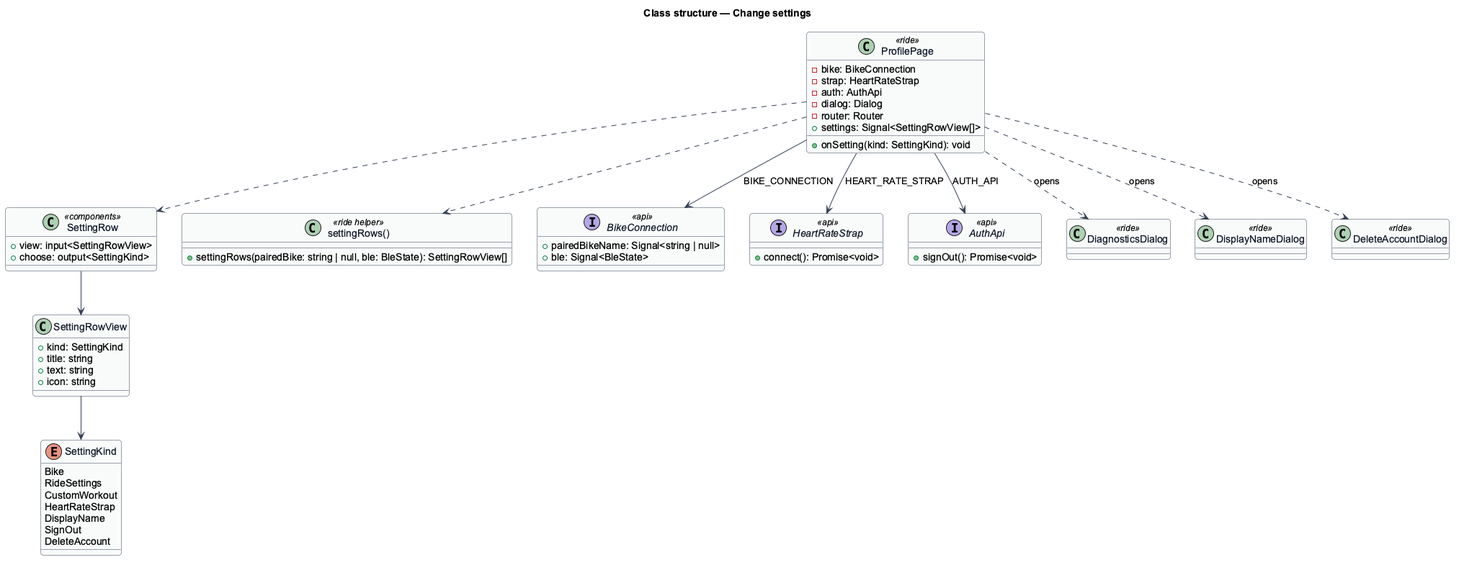
QuinntyneBrown/ride-one keeps this PlantUML diagram as docs/detailed-designs/profile/change-settings/diagrams/class-structure.png. Above is the earlier version.
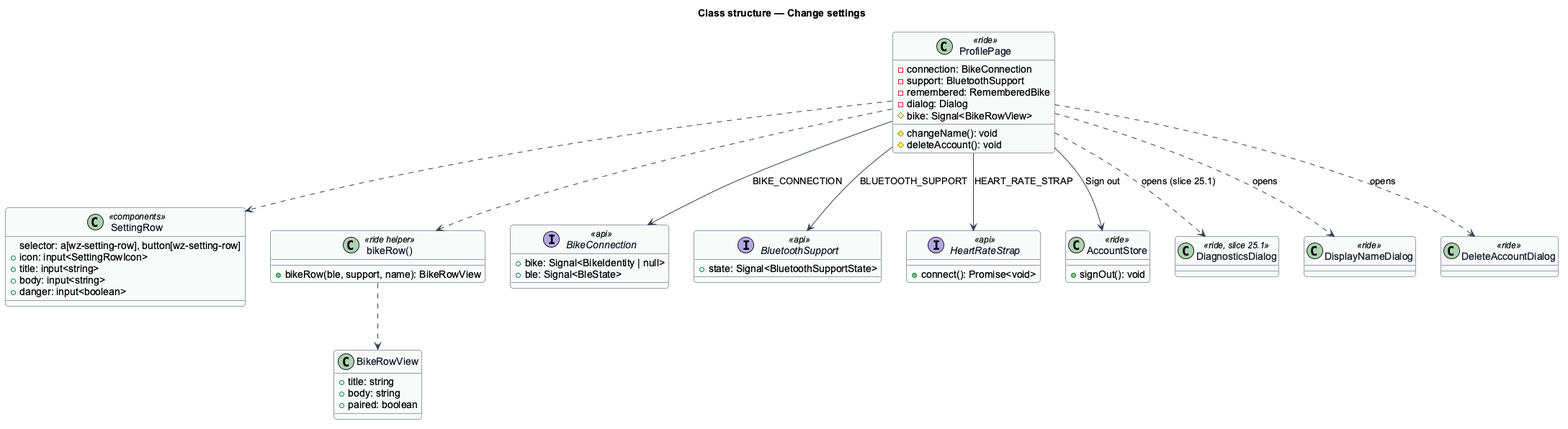
After the commit.

What changed in the source:
```diff
@@ -10,58 +10,54 @@
   BackgroundColor #F9FAFB
 }
 title Class structure — Change settings
-enum SettingKind {
-  Bike
-  RideSettings
-  CustomWorkout
-  HeartRateStrap
-  DisplayName
-  SignOut
-  DeleteAccount
-}
-class SettingRowView {
-  +kind: SettingKind
-  +title: string
-  +text: string
-  +icon: string
-}
 class SettingRow <<components>> {
-  +view: input<SettingRowView>
-  +choose: output<SettingKind>
+  selector: a[wz-setting-row], button[wz-setting-row]
+  +icon: input<SettingRowIcon>
+  +title: input<string>
+  +body: input<string>
+  +danger: input<boolean>
 }
 class ProfilePage <<ride>> {
-  -bike: BikeConnection
-  -strap: HeartRateStrap
-  -auth: AuthApi
+  -connection: BikeConnection
+  -support: BluetoothSupport
+  -remembered: RememberedBike
   -dialog: Dialog
-  -router: Router
-  +settings: Signal<SettingRowView[]>
-  +onSetting(kind: SettingKind): void
+  #bike: Signal<BikeRowView>
+  #changeName(): void
+  #deleteAccount(): void
 }
-class "settingRows()" as rows <<ride helper>> {
-  +settingRows(pairedBike: string | null, ble: BleState): SettingRowView[]
+class "bikeRow()" as rows <<ride helper>> {
+  +bikeRow(ble, support, name): BikeRowView
+}
+class BikeRowView {
+  +title: string
+  +body: string
+  +paired: boolean
 }
 interface BikeConnection <<api>> {
-  +pairedBikeName: Signal<string | null>
+  +bike: Signal<BikeIdentity | null>
   +ble: Signal<BleState>
+}
+interface BluetoothSupport <<api>> {
+  +state: Signal<BluetoothSupportState>
 }
 interface HeartRateStrap <<api>> {
   +connect(): Promise<void>
 }
-interface AuthApi <<api>> {
-  +signOut(): Promise<void>
+class AccountStore <<ride>> {
+  +signOut(): void
 }
-class DiagnosticsDialog <<ride>>
+class DiagnosticsDialog <<ride, slice 25.1>>
 class DisplayNameDialog <<ride>>
 class DeleteAccountDialog <<ride>>
 ProfilePage ..> rows
+rows ..> BikeRowView
 ProfilePage ..> SettingRow
-SettingRow --> SettingRowView
-SettingRowView --> SettingKind
 ProfilePage --> BikeConnection : BIKE_CONNECTION
+ProfilePage --> BluetoothSupport : BLUETOOTH_SUPPORT
 ProfilePage --> HeartRateStrap : HEART_RATE_STRAP
-ProfilePage --> AuthApi : AUTH_API
-ProfilePage ..> DiagnosticsDialog : opens
+ProfilePage --> AccountStore : Sign out
+ProfilePage ..> DiagnosticsDialog : opens (slice 25.1)
 ProfilePage ..> DisplayNameDialog : opens
 ProfilePage ..> DeleteAccountDialog : opens
 @enduml
```
